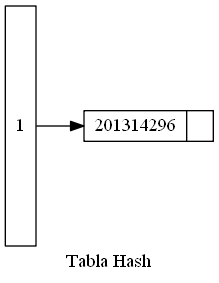
The Graphviz diagram EDD_Proyecto2/Reportes/Hash.png in hr9457/EDD_1S2020_PY2_201314296, before a commit. Its source is kept beside it as EDD_Proyecto2/ArchivosDot/Hash.dot.
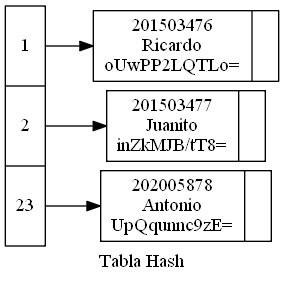
Later version of the same file.

Change to the diagram source:
```diff
@@ -2,9 +2,13 @@
 nodesep=0.08;
 rankdir=LR;
 node [shape=record,width=0.1,height=0.1];
-nodo0 [label = "  <f0>1 " , height=2.5];
-nodo1[label = " {201314296|}"];
+nodo0 [label = "  <f0>1| <f1>2| <f2>23 " , height=2.5];
+nodo1[label = " {201503476\nRicardo\noUwPP2LQTLo=|}"];
+nodo2[label = " {201503477\nJuanito\ninZkMJB/tT8=|}"];
+nodo3[label = " {202005878\nAntonio\nUpQqunnc9zE=|}"];
 
 nodo0:f0->nodo1
+nodo0:f1->nodo2
+nodo0:f2->nodo3
 label = " Tabla Hash ";
 }
```
